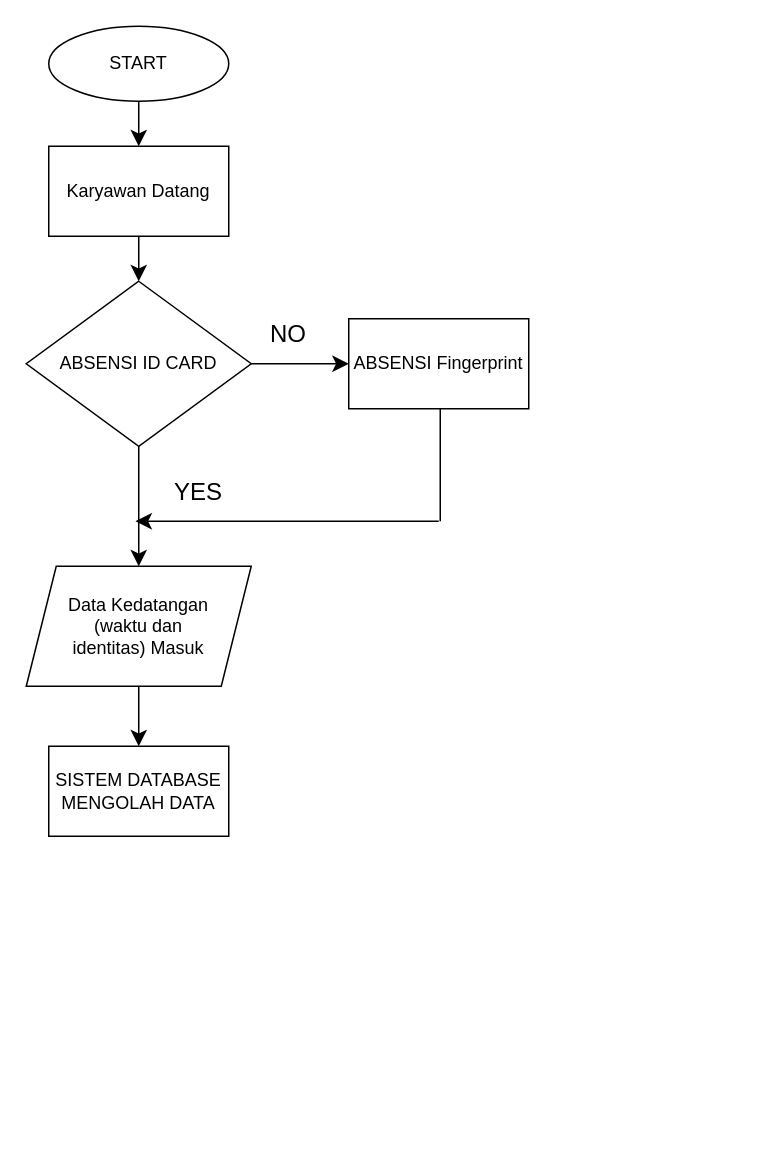
This is Flowchart ABSENSI.drawio from wawaaan/Mikrokontroller-dan-Interface, a draw.io file, before an edit. Source tidied: cells renumbered, new cells numbered last; positions are measured from the earlier drawing's top-left corner, leaving out a move shared by most shapes. Both pictures are drawn from the tidied source at 150%, with x=0, y=0 at pixel (26, 26).
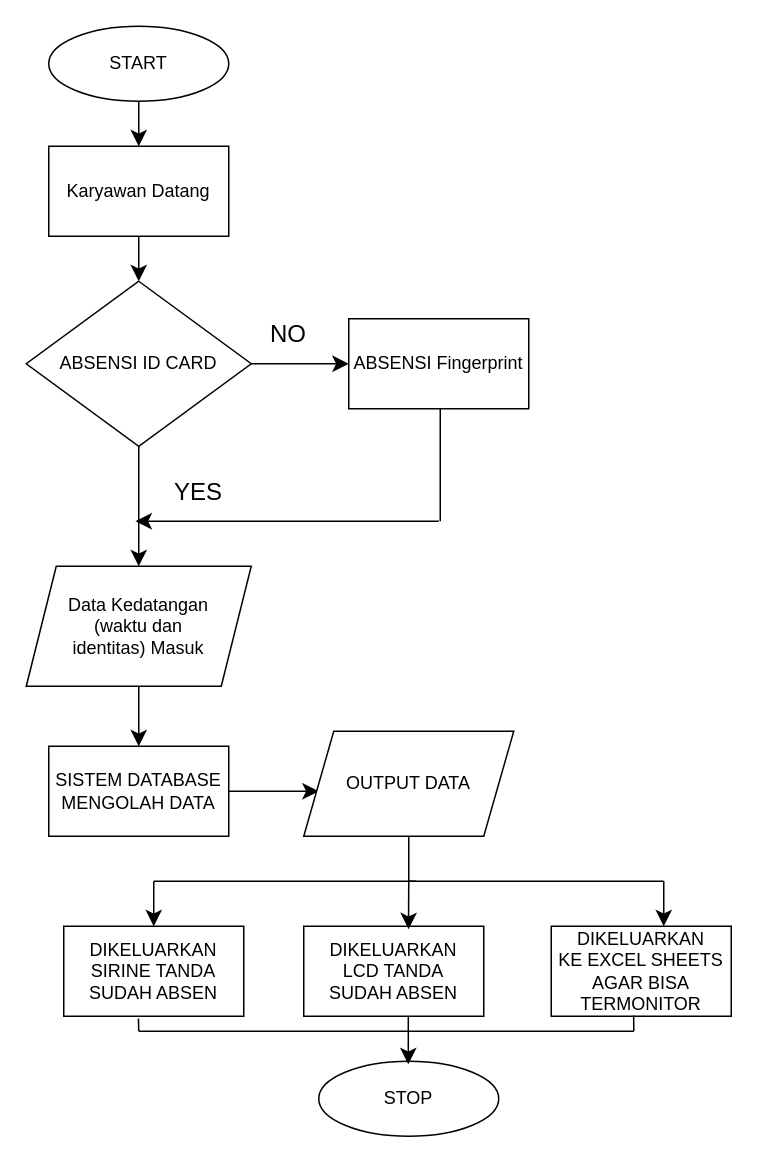
Above is the later version.

The change refers to these unchanged cells:
```xml
<mxCell id="16" value="SISTEM DATABASE&lt;br&gt;MENGOLAH DATA" style="rounded=0;whiteSpace=wrap;html=1;" parent="1" vertex="1">
  <mxGeometry x="15" y="480" width="120" height="60" as="geometry" />
</mxCell>
```

What changed in the source:
```diff
@@
+    <mxCell id="17" style="edgeStyle=none;curved=1;rounded=0;jettySize=auto;html=1;exitX=1;exitY=0.5;exitDx=0;exitDy=0;entryX=0;entryY=0.5;entryDx=0;entryDy=0;fontSize=12;startSize=8;endSize=8;" parent="1" edge="1" source="16">
+      <mxGeometry relative="1" as="geometry">
+        <mxPoint x="195" y="510" as="targetPoint" />
+      </mxGeometry>
+    </mxCell>
@@
+    <mxCell id="18" value="OUTPUT DATA" style="shape=parallelogram;perimeter=parallelogramPerimeter;whiteSpace=wrap;html=1;fixedSize=1;" parent="1" vertex="1">
+      <mxGeometry x="185" y="470" width="140" height="70" as="geometry" />
+    </mxCell>
+    <mxCell id="19" value="STOP" style="ellipse;whiteSpace=wrap;html=1;" parent="1" vertex="1">
+      <mxGeometry x="195" y="690" width="120" height="50" as="geometry" />
+    </mxCell>
+    <mxCell id="20" value="DIKELUARKAN&lt;br&gt;SIRINE TANDA&lt;br&gt;SUDAH ABSEN" style="rounded=0;whiteSpace=wrap;html=1;" parent="1" vertex="1">
+      <mxGeometry x="25" y="600" width="120" height="60" as="geometry" />
+    </mxCell>
+    <mxCell id="21" value="DIKELUARKAN&lt;br&gt;LCD TANDA&lt;br&gt;SUDAH ABSEN" style="rounded=0;whiteSpace=wrap;html=1;" parent="1" vertex="1">
+      <mxGeometry x="185" y="600" width="120" height="60" as="geometry" />
+    </mxCell>
+    <mxCell id="22" value="DIKELUARKAN&lt;br&gt;KE EXCEL SHEETS&lt;div&gt;AGAR BISA TERMONITOR&lt;/div&gt;" style="rounded=0;whiteSpace=wrap;html=1;" parent="1" vertex="1">
+      <mxGeometry x="350" y="600" width="120" height="60" as="geometry" />
+    </mxCell>
+    <mxCell id="23" style="endArrow=none;html=1;rounded=0;fontSize=12;startSize=8;endSize=8;curved=1;entryX=0.5;entryY=1;entryDx=0;entryDy=0;" parent="1" edge="1" target="18">
+      <mxGeometry relative="1" as="geometry">
+        <mxPoint x="255" y="570" as="sourcePoint" />
+      </mxGeometry>
+    </mxCell>
+    <mxCell id="24" style="endArrow=none;html=1;rounded=0;fontSize=12;startSize=8;endSize=8;curved=1;" parent="1" edge="1">
+      <mxGeometry relative="1" as="geometry">
+        <mxPoint x="255" y="570" as="sourcePoint" />
+        <mxPoint x="425" y="570" as="targetPoint" />
+      </mxGeometry>
+    </mxCell>
+    <mxCell id="25" style="endArrow=none;html=1;rounded=0;fontSize=12;startSize=8;endSize=8;curved=1;" parent="1" edge="1">
+      <mxGeometry relative="1" as="geometry">
+        <mxPoint x="85" y="570" as="sourcePoint" />
+        <mxPoint x="260" y="570" as="targetPoint" />
+      </mxGeometry>
+    </mxCell>
+    <mxCell id="26" style="endArrow=classic;html=1;rounded=0;fontSize=12;startSize=8;endSize=8;curved=1;entryX=0.582;entryY=0.033;entryDx=0;entryDy=0;entryPerimeter=0;" parent="1" edge="1" target="21">
+      <mxGeometry relative="1" as="geometry">
+        <mxPoint x="255" y="570" as="sourcePoint" />
+      </mxGeometry>
+    </mxCell>
+    <mxCell id="27" style="endArrow=classic;html=1;rounded=0;fontSize=12;startSize=8;endSize=8;curved=1;entryX=0.582;entryY=0.033;entryDx=0;entryDy=0;entryPerimeter=0;" parent="1" edge="1">
+      <mxGeometry relative="1" as="geometry">
+        <mxPoint x="425" y="570" as="sourcePoint" />
+        <mxPoint x="425" y="600" as="targetPoint" />
+      </mxGeometry>
+    </mxCell>
+    <mxCell id="28" style="endArrow=classic;html=1;rounded=0;fontSize=12;startSize=8;endSize=8;curved=1;entryX=0.582;entryY=0.033;entryDx=0;entryDy=0;entryPerimeter=0;" parent="1" edge="1">
+      <mxGeometry relative="1" as="geometry">
+        <mxPoint x="85" y="570" as="sourcePoint" />
+        <mxPoint x="85" y="600" as="targetPoint" />
+      </mxGeometry>
+    </mxCell>
+    <mxCell id="29" style="endArrow=classic;html=1;rounded=0;fontSize=12;startSize=8;endSize=8;curved=1;entryX=0.582;entryY=0.033;entryDx=0;entryDy=0;entryPerimeter=0;" parent="1" edge="1">
+      <mxGeometry relative="1" as="geometry">
+        <mxPoint x="254.7" y="660" as="sourcePoint" />
+        <mxPoint x="254.7" y="692" as="targetPoint" />
+      </mxGeometry>
+    </mxCell>
+    <mxCell id="30" style="endArrow=none;html=1;rounded=0;fontSize=12;startSize=8;endSize=8;curved=1;" parent="1" edge="1">
+      <mxGeometry relative="1" as="geometry">
+        <mxPoint x="75" y="670" as="sourcePoint" />
+        <mxPoint x="255" y="670" as="targetPoint" />
+      </mxGeometry>
+    </mxCell>
+    <mxCell id="31" style="endArrow=none;html=1;rounded=0;fontSize=12;startSize=8;endSize=8;curved=1;" parent="1" edge="1">
+      <mxGeometry relative="1" as="geometry">
+        <mxPoint x="255" y="670" as="sourcePoint" />
+        <mxPoint x="405" y="670" as="targetPoint" />
+      </mxGeometry>
+    </mxCell>
+    <mxCell id="32" style="endArrow=none;html=1;rounded=0;fontSize=12;startSize=8;endSize=8;curved=1;exitX=0.415;exitY=1.025;exitDx=0;exitDy=0;exitPerimeter=0;" parent="1" edge="1" source="20">
+      <mxGeometry relative="1" as="geometry">
+        <mxPoint x="75" y="670" as="targetPoint" />
+      </mxGeometry>
+    </mxCell>
+    <mxCell id="33" style="endArrow=none;html=1;rounded=0;fontSize=12;startSize=8;endSize=8;curved=1;exitX=0.458;exitY=0.993;exitDx=0;exitDy=0;exitPerimeter=0;" parent="1" edge="1" source="22">
+      <mxGeometry relative="1" as="geometry">
+        <mxPoint x="405" y="670" as="targetPoint" />
+      </mxGeometry>
+    </mxCell>
```
